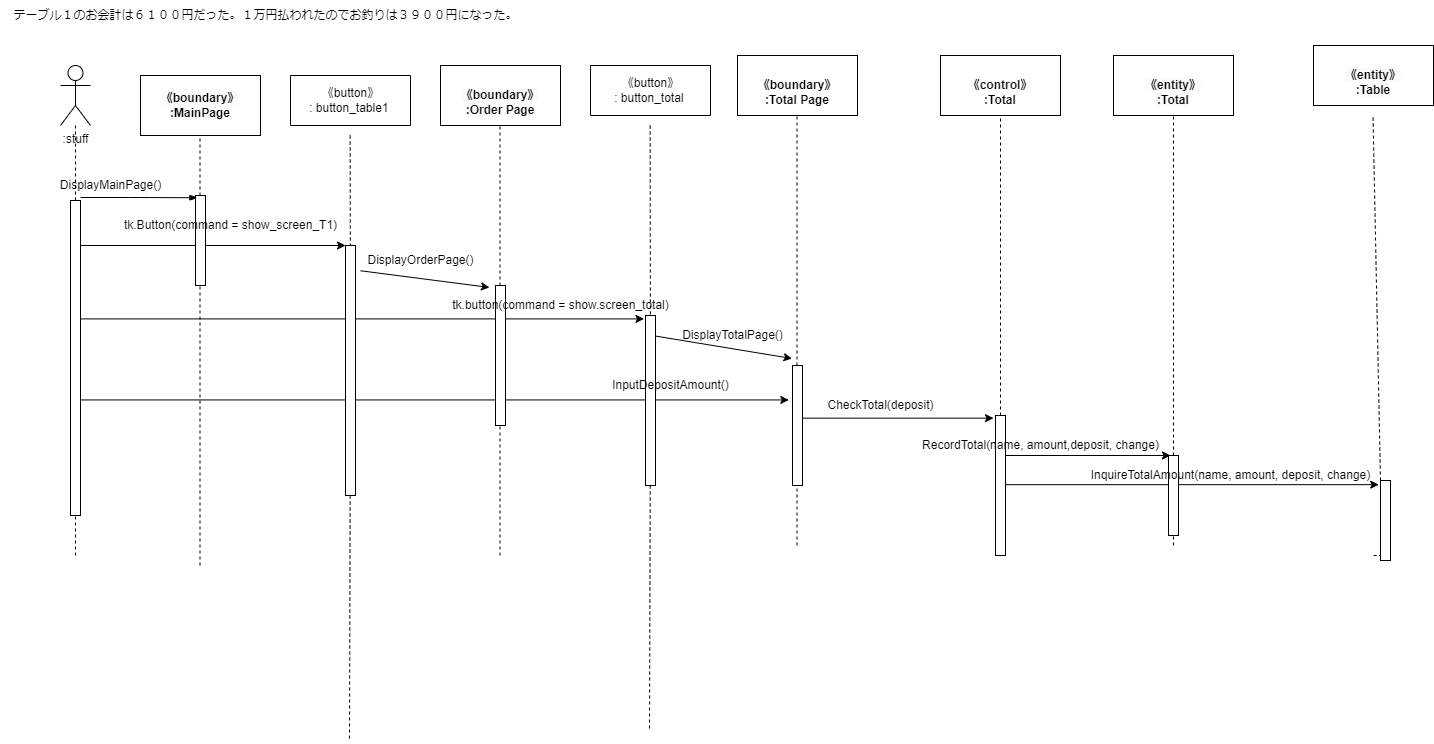
Before: psp4/シーケンス図/シーケンス図_会計.drawio.png, a diagram exported from draw.io (MasakiHiguchi/---). Source tidied: cells renumbered, new cells last; positions are measured from the earlier drawing's top-left corner, leaving out a move shared by most shapes.
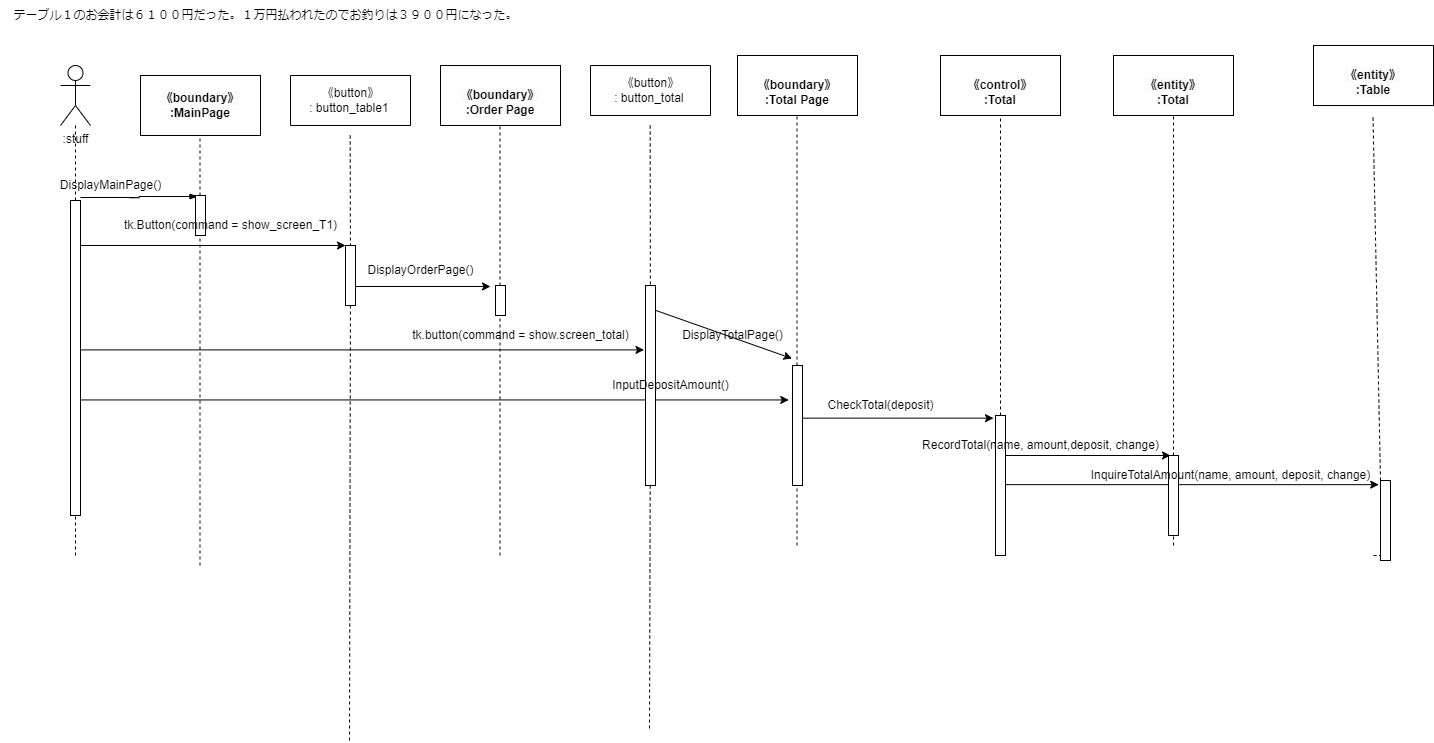
The same diagram one commit later.

What changed in the source:
```diff
@@ -48,11 +48,11 @@
     <mxCell id="13" style="edgeStyle=none;html=1;entryX=0;entryY=0;entryDx=0;entryDy=0;" parent="1" edge="1" source="17" target="47">
       <mxGeometry relative="1" as="geometry" />
     </mxCell>
-    <mxCell id="14" style="edgeStyle=none;html=1;entryX=-0.6;entryY=0.014;entryDx=0;entryDy=0;entryPerimeter=0;exitX=1.5;exitY=0.101;exitDx=0;exitDy=0;exitPerimeter=0;" parent="1" edge="1" source="47" target="22">
-      <mxGeometry relative="1" as="geometry" />
-    </mxCell>
-    <mxCell id="15" style="edgeStyle=none;html=1;entryX=-0.15;entryY=0.02;entryDx=0;entryDy=0;entryPerimeter=0;" parent="1" edge="1" source="17" target="52">
-      <mxGeometry relative="1" as="geometry" />
+    <mxCell id="15" style="edgeStyle=none;html=1;entryX=-0.15;entryY=0.02;entryDx=0;entryDy=0;entryPerimeter=0;" parent="1" edge="1">
+      <mxGeometry relative="1" as="geometry">
+        <mxPoint x="80" y="349.4" as="sourcePoint" />
+        <mxPoint x="643.5" y="349.4" as="targetPoint" />
+      </mxGeometry>
     </mxCell>
     <mxCell id="16" style="edgeStyle=none;html=1;entryX=-0.371;entryY=0.287;entryDx=0;entryDy=0;entryPerimeter=0;" parent="1" edge="1" source="17" target="25">
       <mxGeometry relative="1" as="geometry" />
@@ -71,7 +71,7 @@
       </mxGeometry>
     </mxCell>
     <mxCell id="20" style="html=1;points=[];perimeter=orthogonalPerimeter;" parent="1" vertex="1">
-      <mxGeometry x="195" y="195" width="10" height="90" as="geometry" />
+      <mxGeometry x="195" y="195" width="10" height="40" as="geometry" />
     </mxCell>
     <mxCell id="21" style="endArrow=none;dashed=1;html=1;" parent="1" edge="1" target="22">
       <mxGeometry relative="1" as="geometry">
@@ -79,7 +79,7 @@
       </mxGeometry>
     </mxCell>
     <mxCell id="22" style="html=1;points=[];perimeter=orthogonalPerimeter;" parent="1" vertex="1">
-      <mxGeometry x="495" y="285" width="10" height="140" as="geometry" />
+      <mxGeometry x="495" y="285" width="10" height="30" as="geometry" />
     </mxCell>
     <mxCell id="23" style="endArrow=none;dashed=1;html=1;" parent="1" edge="1" target="25">
       <mxGeometry relative="1" as="geometry">
@@ -173,14 +173,20 @@
         <mxPoint x="349.7" y="135" as="sourcePoint" />
       </mxGeometry>
     </mxCell>
+    <mxCell id="59" style="edgeStyle=none;html=1;exitX=1;exitY=0.5;exitDx=0;exitDy=0;" parent="1" edge="1">
+      <mxGeometry relative="1" as="geometry">
+        <mxPoint x="355" y="286" as="sourcePoint" />
+        <mxPoint x="490" y="286" as="targetPoint" />
+      </mxGeometry>
+    </mxCell>
     <mxCell id="47" style="rounded=0;whiteSpace=wrap;html=1;" parent="1" vertex="1">
-      <mxGeometry x="345" y="245" width="10" height="250" as="geometry" />
+      <mxGeometry x="345" y="245" width="10" height="60" as="geometry" />
     </mxCell>
     <mxCell id="48" value="tk.Button(command = show_screen_T1)" style="text;html=1;align=center;verticalAlign=middle;strokeColor=none;fillColor=none;" parent="1" vertex="1">
       <mxGeometry x="110" y="210" width="240" height="30" as="geometry" />
     </mxCell>
     <mxCell id="49" value="DisplayOrderPage()" style="text;html=1;align=center;verticalAlign=middle;strokeColor=none;fillColor=none;" parent="1" vertex="1">
-      <mxGeometry x="355" y="245" width="130" height="30" as="geometry" />
+      <mxGeometry x="355" y="255" width="130" height="30" as="geometry" />
     </mxCell>
     <mxCell id="50" style="edgeStyle=none;html=1;endArrow=none;endFill=0;dashed=1;" parent="1" edge="1" target="52">
       <mxGeometry relative="1" as="geometry">
@@ -191,10 +197,10 @@
       <mxGeometry relative="1" as="geometry" />
     </mxCell>
     <mxCell id="52" style="rounded=0;whiteSpace=wrap;html=1;" parent="1" vertex="1">
-      <mxGeometry x="645" y="315" width="10" height="170" as="geometry" />
+      <mxGeometry x="645" y="285" width="10" height="200" as="geometry" />
     </mxCell>
     <mxCell id="53" value="tk.button(command = show.screen_total)" style="text;html=1;align=center;verticalAlign=middle;strokeColor=none;fillColor=none;" parent="1" vertex="1">
-      <mxGeometry x="440" y="290" width="240" height="30" as="geometry" />
+      <mxGeometry x="400" y="320" width="240" height="30" as="geometry" />
     </mxCell>
     <mxCell id="54" value="DisplayTotalPage()" style="text;html=1;align=center;verticalAlign=middle;strokeColor=none;fillColor=none;" parent="1" vertex="1">
       <mxGeometry x="672" y="320" width="120" height="30" as="geometry" />
```
